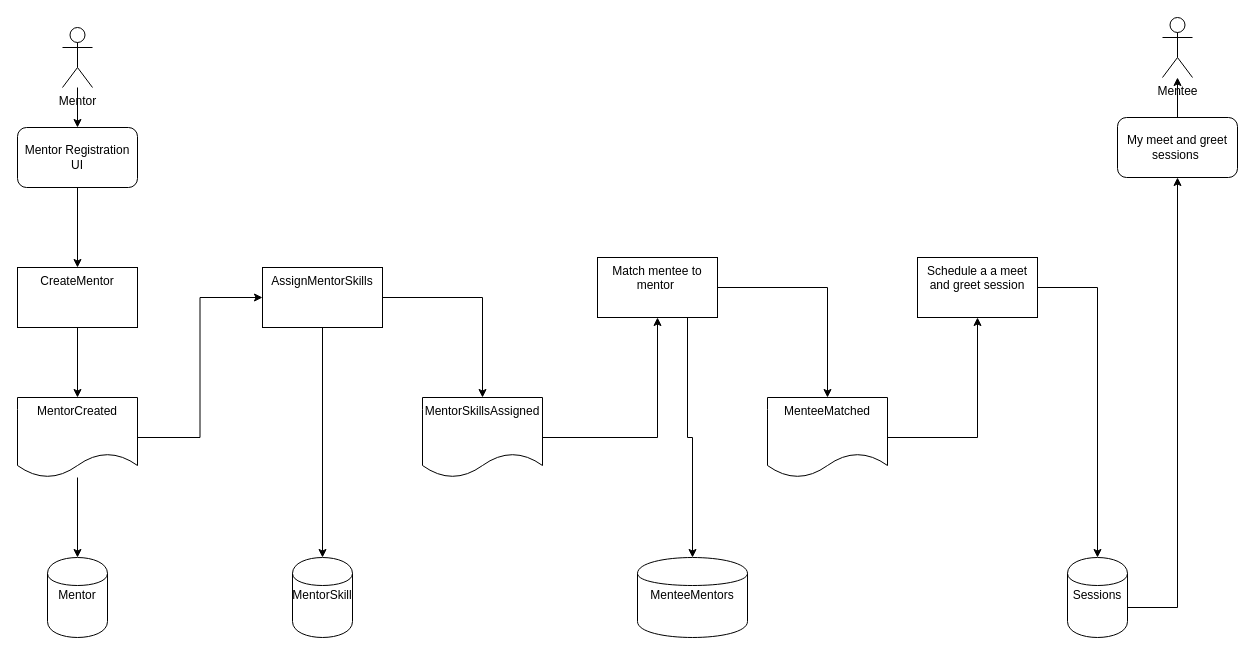
Before: page "Event Model" (5 of 6) of cloudskwela2021/drawings.drawio in marilag/talks, a draw.io diagram. Source tidied: cells renumbered, new cells numbered last; positions are measured from the earlier drawing's top-left corner, leaving out a move shared by most shapes. Both pictures are drawn from the tidied source at 100%, with x=0, y=0 at pixel (17, 17).
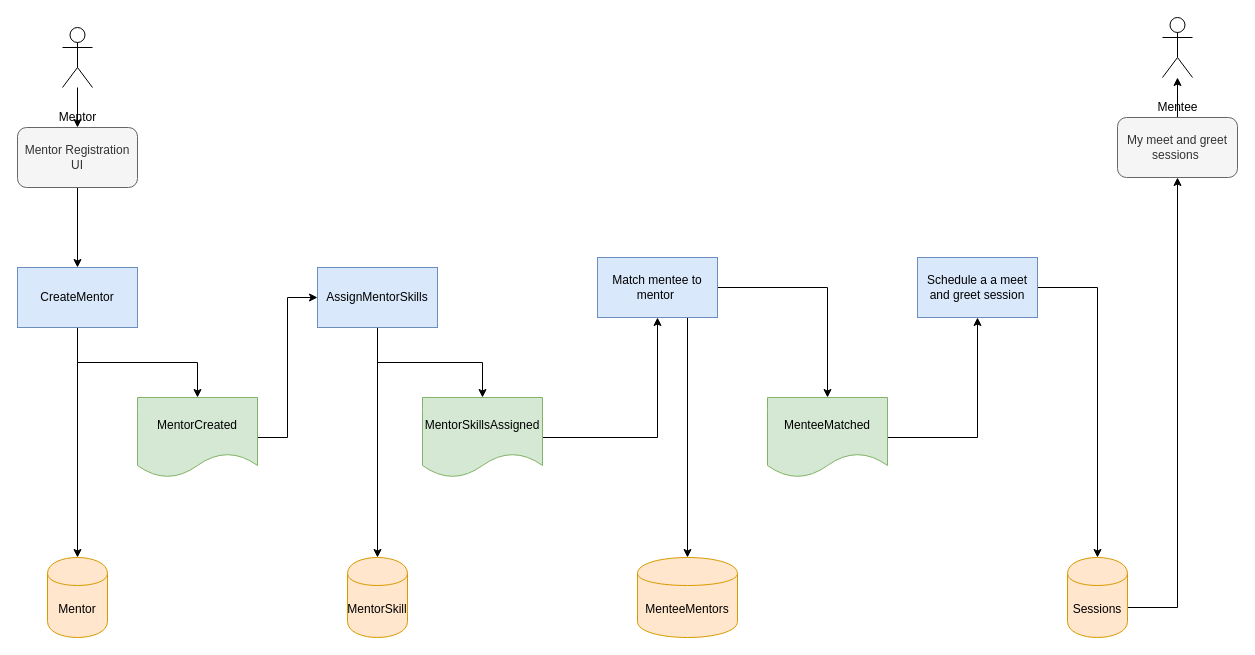
Above is the later version.

What changed in the source:
```diff
@@
-    <mxCell id="2" style="edgeStyle=orthogonalEdgeStyle;rounded=0;jettySize=auto;html=1;" parent="1" edge="1" source="3" target="17">
+    <mxCell id="2" style="edgeStyle=orthogonalEdgeStyle;rounded=0;jettySize=auto;html=1;verticalAlign=middle;" parent="1" edge="1" source="3" target="17">
       <mxGeometry relative="1" as="geometry" />
     </mxCell>
-    <mxCell id="3" value="Mentor" style="shape=umlActor;verticalLabelPosition=bottom;verticalAlign=top;html=1;outlineConnect=0;" parent="1" vertex="1">
+    <mxCell id="3" value="Mentor" style="shape=umlActor;verticalLabelPosition=bottom;verticalAlign=middle;html=1;outlineConnect=0;" parent="1" vertex="1">
       <mxGeometry x="45" y="10" width="30" height="60" as="geometry" />
     </mxCell>
-    <mxCell id="4" style="edgeStyle=orthogonalEdgeStyle;rounded=0;jettySize=auto;html=1;" parent="1" edge="1" source="5" target="8">
+    <mxCell id="4" style="edgeStyle=orthogonalEdgeStyle;rounded=0;jettySize=auto;html=1;verticalAlign=middle;" parent="1" edge="1" source="5" target="8">
       <mxGeometry relative="1" as="geometry" />
     </mxCell>
+    <mxCell id="31" style="edgeStyle=orthogonalEdgeStyle;rounded=0;jettySize=auto;html=1;entryX=0.5;entryY=0;entryDx=0;entryDy=0;verticalAlign=middle;" parent="1" edge="1" source="5" target="14">
+      <mxGeometry relative="1" as="geometry" />
+    </mxCell>
-    <mxCell id="5" value="CreateMentor" style="whiteSpace=wrap;html=1;verticalAlign=top;" parent="1" vertex="1">
+    <mxCell id="5" value="CreateMentor" style="whiteSpace=wrap;html=1;verticalAlign=middle;fillColor=#dae8fc;strokeColor=#6c8ebf;" parent="1" vertex="1">
       <mxGeometry y="250" width="120" height="60" as="geometry" />
     </mxCell>
-    <mxCell id="6" style="edgeStyle=orthogonalEdgeStyle;rounded=0;jettySize=auto;html=1;entryX=0;entryY=0.5;entryDx=0;entryDy=0;" parent="1" edge="1" source="8" target="11">
+    <mxCell id="6" style="edgeStyle=orthogonalEdgeStyle;rounded=0;jettySize=auto;html=1;entryX=0;entryY=0.5;entryDx=0;entryDy=0;verticalAlign=middle;" parent="1" edge="1" source="8" target="11">
       <mxGeometry relative="1" as="geometry" />
     </mxCell>
-    <mxCell id="7" style="edgeStyle=orthogonalEdgeStyle;rounded=0;jettySize=auto;html=1;" parent="1" edge="1" source="8" target="14">
-      <mxGeometry relative="1" as="geometry" />
-    </mxCell>
-    <mxCell id="8" value="MentorCreated" style="shape=document;whiteSpace=wrap;html=1;boundedLbl=1;verticalAlign=top;" parent="1" vertex="1">
-      <mxGeometry y="380" width="120" height="80" as="geometry" />
+    <mxCell id="8" value="MentorCreated" style="shape=document;whiteSpace=wrap;html=1;boundedLbl=1;verticalAlign=middle;fillColor=#d5e8d4;strokeColor=#82b366;" parent="1" vertex="1">
+      <mxGeometry x="120" y="380" width="120" height="80" as="geometry" />
     </mxCell>
-    <mxCell id="9" style="edgeStyle=orthogonalEdgeStyle;rounded=0;jettySize=auto;html=1;" parent="1" edge="1" source="11" target="13">
+    <mxCell id="9" style="edgeStyle=orthogonalEdgeStyle;rounded=0;jettySize=auto;html=1;verticalAlign=middle;" parent="1" edge="1" source="11" target="13">
       <mxGeometry relative="1" as="geometry" />
     </mxCell>
-    <mxCell id="10" style="edgeStyle=orthogonalEdgeStyle;rounded=0;jettySize=auto;html=1;" parent="1" edge="1" source="11" target="15">
+    <mxCell id="10" style="edgeStyle=orthogonalEdgeStyle;rounded=0;jettySize=auto;html=1;verticalAlign=middle;" parent="1" edge="1" source="11" target="15">
       <mxGeometry relative="1" as="geometry" />
     </mxCell>
-    <mxCell id="11" value="AssignMentorSkills" style="whiteSpace=wrap;html=1;verticalAlign=top;" parent="1" vertex="1">
-      <mxGeometry x="245" y="250" width="120" height="60" as="geometry" />
+    <mxCell id="11" value="AssignMentorSkills" style="whiteSpace=wrap;html=1;verticalAlign=middle;fillColor=#dae8fc;strokeColor=#6c8ebf;" parent="1" vertex="1">
+      <mxGeometry x="300" y="250" width="120" height="60" as="geometry" />
     </mxCell>
-    <mxCell id="12" style="edgeStyle=orthogonalEdgeStyle;rounded=0;jettySize=auto;html=1;" parent="1" edge="1" source="13" target="20">
+    <mxCell id="12" style="edgeStyle=orthogonalEdgeStyle;rounded=0;jettySize=auto;html=1;verticalAlign=middle;" parent="1" edge="1" source="13" target="20">
       <mxGeometry relative="1" as="geometry" />
     </mxCell>
-    <mxCell id="13" value="MentorSkillsAssigned" style="shape=document;whiteSpace=wrap;html=1;boundedLbl=1;verticalAlign=top;" parent="1" vertex="1">
+    <mxCell id="13" value="MentorSkillsAssigned" style="shape=document;whiteSpace=wrap;html=1;boundedLbl=1;verticalAlign=middle;fillColor=#d5e8d4;strokeColor=#82b366;" parent="1" vertex="1">
       <mxGeometry x="405" y="380" width="120" height="80" as="geometry" />
     </mxCell>
-    <mxCell id="14" value="Mentor" style="shape=cylinder;whiteSpace=wrap;html=1;boundedLbl=1;backgroundOutline=1;verticalAlign=top;" parent="1" vertex="1">
+    <mxCell id="14" value="Mentor" style="shape=cylinder;whiteSpace=wrap;html=1;boundedLbl=1;backgroundOutline=1;verticalAlign=middle;fillColor=#ffe6cc;strokeColor=#d79b00;" parent="1" vertex="1">
       <mxGeometry x="30" y="540" width="60" height="80" as="geometry" />
     </mxCell>
-    <mxCell id="15" value="MentorSkill" style="shape=cylinder;whiteSpace=wrap;html=1;boundedLbl=1;backgroundOutline=1;verticalAlign=top;" parent="1" vertex="1">
-      <mxGeometry x="275" y="540" width="60" height="80" as="geometry" />
+    <mxCell id="15" value="MentorSkill" style="shape=cylinder;whiteSpace=wrap;html=1;boundedLbl=1;backgroundOutline=1;verticalAlign=middle;fillColor=#ffe6cc;strokeColor=#d79b00;" parent="1" vertex="1">
+      <mxGeometry x="330" y="540" width="60" height="80" as="geometry" />
     </mxCell>
-    <mxCell id="16" style="edgeStyle=orthogonalEdgeStyle;rounded=0;jettySize=auto;html=1;entryX=0.5;entryY=0;entryDx=0;entryDy=0;" parent="1" edge="1" source="17" target="5">
+    <mxCell id="16" style="edgeStyle=orthogonalEdgeStyle;rounded=0;jettySize=auto;html=1;entryX=0.5;entryY=0;entryDx=0;entryDy=0;verticalAlign=middle;" parent="1" edge="1" source="17" target="5">
       <mxGeometry relative="1" as="geometry" />
     </mxCell>
-    <mxCell id="17" value="Mentor Registration UI" style="rounded=1;whiteSpace=wrap;html=1;" parent="1" vertex="1">
+    <mxCell id="17" value="Mentor Registration UI" style="rounded=1;whiteSpace=wrap;html=1;verticalAlign=middle;fillColor=#f5f5f5;strokeColor=#666666;fontColor=#333333;" parent="1" vertex="1">
       <mxGeometry y="110" width="120" height="60" as="geometry" />
     </mxCell>
-    <mxCell id="18" style="edgeStyle=orthogonalEdgeStyle;rounded=0;jettySize=auto;html=1;exitX=0.75;exitY=1;exitDx=0;exitDy=0;" parent="1" edge="1" source="20" target="21">
+    <mxCell id="18" style="edgeStyle=orthogonalEdgeStyle;rounded=0;jettySize=auto;html=1;exitX=0.75;exitY=1;exitDx=0;exitDy=0;verticalAlign=middle;" parent="1" edge="1" source="20" target="21">
       <mxGeometry relative="1" as="geometry" />
     </mxCell>
-    <mxCell id="19" style="edgeStyle=orthogonalEdgeStyle;rounded=0;jettySize=auto;html=1;" parent="1" edge="1" source="20" target="23">
+    <mxCell id="19" style="edgeStyle=orthogonalEdgeStyle;rounded=0;jettySize=auto;html=1;verticalAlign=middle;" parent="1" edge="1" source="20" target="23">
       <mxGeometry relative="1" as="geometry" />
     </mxCell>
-    <mxCell id="20" value="Match mentee to mentor&amp;nbsp;" style="whiteSpace=wrap;html=1;verticalAlign=top;" parent="1" vertex="1">
+    <mxCell id="20" value="Match mentee to mentor&amp;nbsp;" style="whiteSpace=wrap;html=1;verticalAlign=middle;fillColor=#dae8fc;strokeColor=#6c8ebf;" parent="1" vertex="1">
       <mxGeometry x="580" y="240" width="120" height="60" as="geometry" />
     </mxCell>
-    <mxCell id="21" value="MenteeMentors" style="shape=cylinder;whiteSpace=wrap;html=1;boundedLbl=1;backgroundOutline=1;verticalAlign=top;" parent="1" vertex="1">
-      <mxGeometry x="620" y="540" width="110" height="80" as="geometry" />
+    <mxCell id="21" value="MenteeMentors" style="shape=cylinder;whiteSpace=wrap;html=1;boundedLbl=1;backgroundOutline=1;verticalAlign=middle;fillColor=#ffe6cc;strokeColor=#d79b00;" parent="1" vertex="1">
+      <mxGeometry x="620" y="540" width="100" height="80" as="geometry" />
     </mxCell>
-    <mxCell id="22" style="edgeStyle=orthogonalEdgeStyle;rounded=0;jettySize=auto;html=1;" parent="1" edge="1" source="23" target="25">
+    <mxCell id="22" style="edgeStyle=orthogonalEdgeStyle;rounded=0;jettySize=auto;html=1;verticalAlign=middle;" parent="1" edge="1" source="23" target="25">
       <mxGeometry relative="1" as="geometry" />
     </mxCell>
-    <mxCell id="23" value="MenteeMatched" style="shape=document;whiteSpace=wrap;html=1;boundedLbl=1;verticalAlign=top;" parent="1" vertex="1">
+    <mxCell id="23" value="MenteeMatched" style="shape=document;whiteSpace=wrap;html=1;boundedLbl=1;verticalAlign=middle;fillColor=#d5e8d4;strokeColor=#82b366;" parent="1" vertex="1">
       <mxGeometry x="750" y="380" width="120" height="80" as="geometry" />
     </mxCell>
-    <mxCell id="24" style="edgeStyle=orthogonalEdgeStyle;rounded=0;jettySize=auto;html=1;" parent="1" edge="1" source="25" target="27">
+    <mxCell id="24" style="edgeStyle=orthogonalEdgeStyle;rounded=0;jettySize=auto;html=1;verticalAlign=middle;" parent="1" edge="1" source="25" target="27">
       <mxGeometry relative="1" as="geometry" />
     </mxCell>
-    <mxCell id="25" value="Schedule a a meet and greet session" style="whiteSpace=wrap;html=1;verticalAlign=top;" parent="1" vertex="1">
+    <mxCell id="25" value="Schedule a a meet and greet session" style="whiteSpace=wrap;html=1;verticalAlign=middle;fillColor=#dae8fc;strokeColor=#6c8ebf;" parent="1" vertex="1">
       <mxGeometry x="900" y="240" width="120" height="60" as="geometry" />
     </mxCell>
-    <mxCell id="26" style="edgeStyle=orthogonalEdgeStyle;rounded=0;jettySize=auto;html=1;entryX=0.5;entryY=1;entryDx=0;entryDy=0;" parent="1" edge="1" source="27" target="29">
+    <mxCell id="26" style="edgeStyle=orthogonalEdgeStyle;rounded=0;jettySize=auto;html=1;entryX=0.5;entryY=1;entryDx=0;entryDy=0;verticalAlign=middle;" parent="1" edge="1" source="27" target="29">
       <mxGeometry relative="1" as="geometry">
         <Array as="points">
           <mxPoint x="1160" y="590" />
         </Array>
       </mxGeometry>
     </mxCell>
-    <mxCell id="27" value="Sessions" style="shape=cylinder;whiteSpace=wrap;html=1;boundedLbl=1;backgroundOutline=1;verticalAlign=top;" parent="1" vertex="1">
+    <mxCell id="27" value="Sessions" style="shape=cylinder;whiteSpace=wrap;html=1;boundedLbl=1;backgroundOutline=1;verticalAlign=middle;fillColor=#ffe6cc;strokeColor=#d79b00;" parent="1" vertex="1">
       <mxGeometry x="1050" y="540" width="60" height="80" as="geometry" />
     </mxCell>
-    <mxCell id="28" style="edgeStyle=orthogonalEdgeStyle;rounded=0;jettySize=auto;html=1;" parent="1" edge="1" source="29" target="30">
+    <mxCell id="28" style="edgeStyle=orthogonalEdgeStyle;rounded=0;jettySize=auto;html=1;verticalAlign=middle;" parent="1" edge="1" source="29" target="30">
       <mxGeometry relative="1" as="geometry" />
     </mxCell>
-    <mxCell id="29" value="My meet and greet sessions&amp;nbsp;" style="rounded=1;whiteSpace=wrap;html=1;" parent="1" vertex="1">
+    <mxCell id="29" value="My meet and greet sessions&amp;nbsp;" style="rounded=1;whiteSpace=wrap;html=1;verticalAlign=middle;fillColor=#f5f5f5;strokeColor=#666666;fontColor=#333333;" parent="1" vertex="1">
       <mxGeometry x="1100" y="100" width="120" height="60" as="geometry" />
     </mxCell>
-    <mxCell id="30" value="Mentee" style="shape=umlActor;verticalLabelPosition=bottom;verticalAlign=top;html=1;outlineConnect=0;" parent="1" vertex="1">
+    <mxCell id="30" value="Mentee" style="shape=umlActor;verticalLabelPosition=bottom;verticalAlign=middle;html=1;outlineConnect=0;" parent="1" vertex="1">
       <mxGeometry x="1145" width="30" height="60" as="geometry" />
     </mxCell>
```
